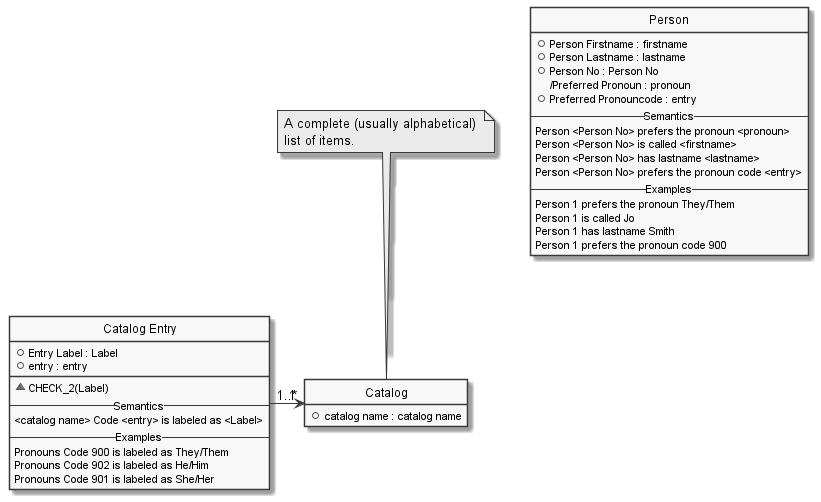
The PlantUML diagram EN/Catalog Example/employee.uml.png in casetalk/Models, before a commit.
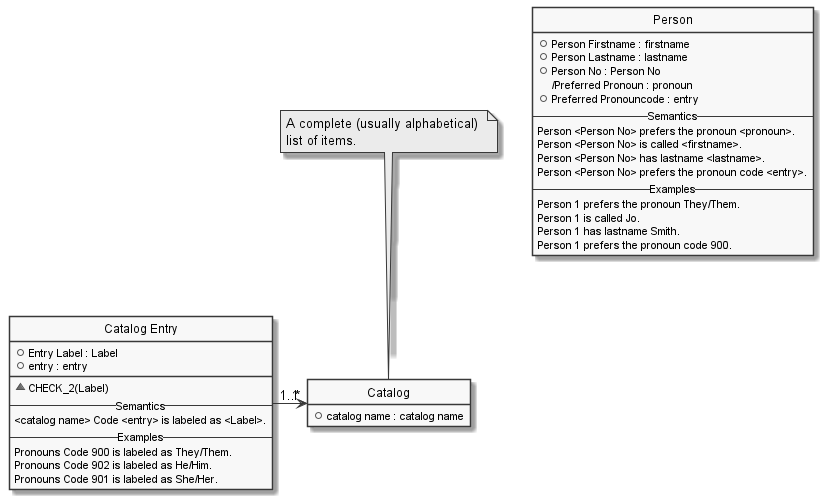
Later version of the same file.

The edit, as a diff of the source:
```diff
@@ -21,11 +21,11 @@
   __
   ~CHECK_2(Label)
 -- Semantics --
-<catalog name> Code <entry> is labeled as <Label>
+<catalog name> Code <entry> is labeled as <Label>.
 -- Examples --
-Pronouns Code 900 is labeled as They/Them
-Pronouns Code 902 is labeled as He/Him
-Pronouns Code 901 is labeled as She/Her
+Pronouns Code 900 is labeled as They/Them.
+Pronouns Code 902 is labeled as He/Him.
+Pronouns Code 901 is labeled as She/Her.
   }
 
 class "Person" as Person  {
@@ -35,15 +35,15 @@
   /Preferred Pronoun : pronoun
   +Preferred Pronouncode : entry
 -- Semantics --
-Person <Person No> prefers the pronoun <pronoun>
-Person <Person No> is called <firstname>
-Person <Person No> has lastname <lastname>
-Person <Person No> prefers the pronoun code <entry>
+Person <Person No> prefers the pronoun <pronoun>.
+Person <Person No> is called <firstname>.
+Person <Person No> has lastname <lastname>.
+Person <Person No> prefers the pronoun code <entry>.
 -- Examples --
-Person 1 prefers the pronoun They/Them
-Person 1 is called Jo
-Person 1 has lastname Smith
-Person 1 prefers the pronoun code 900
+Person 1 prefers the pronoun They/Them.
+Person 1 is called Jo.
+Person 1 has lastname Smith.
+Person 1 prefers the pronoun code 900.
   }
 hide "Person" methods
 
```
